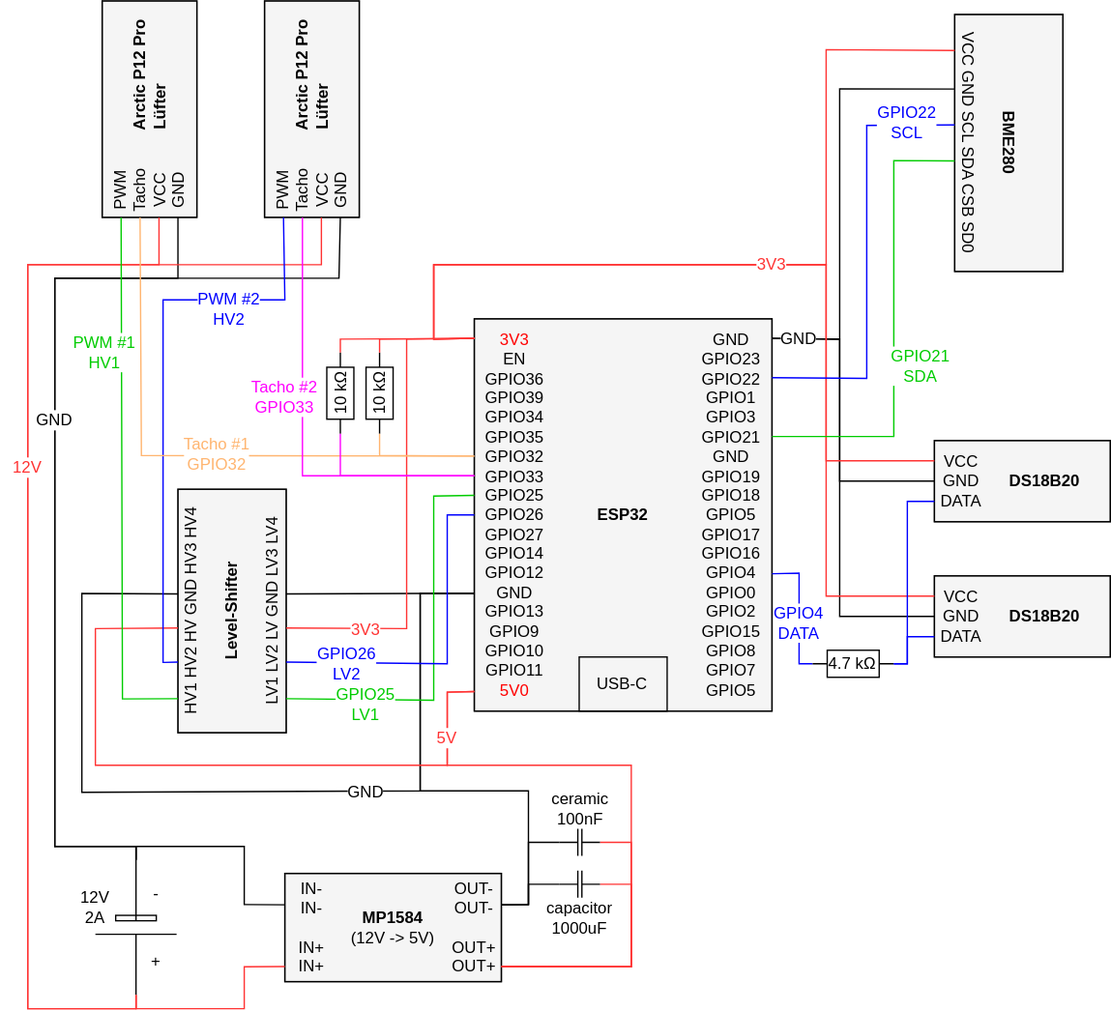
The draw.io diagram hardware/rack_esp32_schaltplan.drawio.svg in dan1elw/ha-rack-monitor, before a commit. Source tidied: cells renumbered, new cells last; positions are measured from the earlier drawing's top-left corner, leaving out a move shared by most shapes.
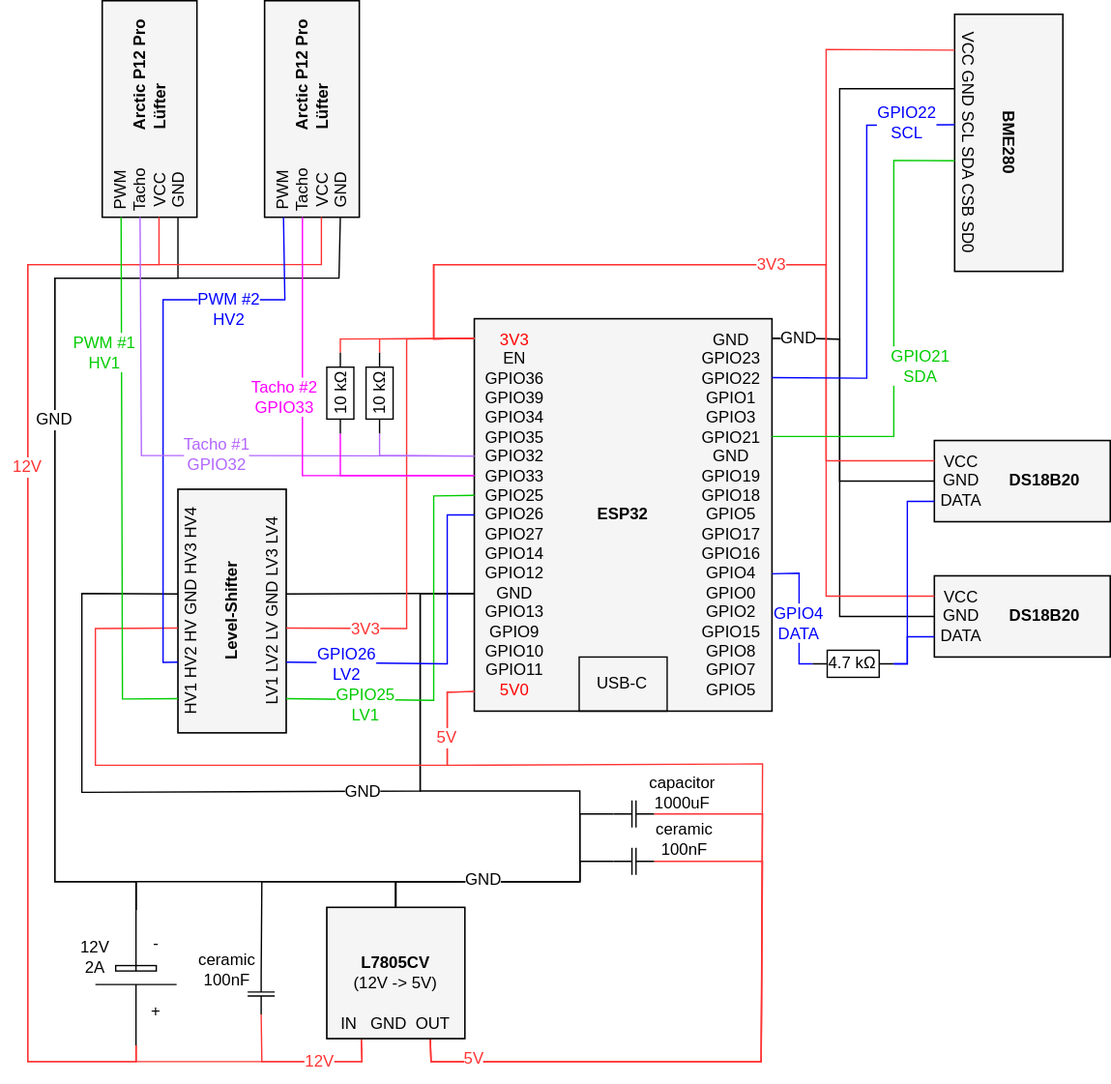
Above is the later version.

Commit message:
l7805cv-linear-power-converter

What changed in the source:
```diff
@@ -2,38 +2,31 @@
   <root>
     <mxCell id="0" />
     <mxCell id="1" parent="0" />
-    <mxCell id="2" style="group;fillColor=#f5f5f5;fontColor=#333333;strokeColor=#666666;" parent="1" vertex="1">
-      <mxGeometry x="210" y="609" width="160" height="80" as="geometry" />
-    </mxCell>
-    <mxCell id="3" value="IN-&lt;div&gt;IN-&lt;/div&gt;&lt;div&gt;&lt;br&gt;&lt;/div&gt;&lt;div&gt;IN+&lt;/div&gt;&lt;div&gt;IN+&lt;/div&gt;" style="text;html=1;whiteSpace=wrap;strokeColor=none;fillColor=none;align=center;verticalAlign=middle;rounded=0;" parent="2" vertex="1">
-      <mxGeometry width="40" height="80" as="geometry" />
-    </mxCell>
-    <mxCell id="4" value="OUT-&lt;div&gt;OUT-&lt;/div&gt;&lt;div&gt;&lt;br&gt;&lt;/div&gt;&lt;div&gt;OUT+&lt;/div&gt;&lt;div&gt;OUT+&lt;/div&gt;" style="text;html=1;whiteSpace=wrap;strokeColor=none;fillColor=none;align=center;verticalAlign=middle;rounded=0;" parent="2" vertex="1">
-      <mxGeometry x="120" width="40" height="80" as="geometry" />
-    </mxCell>
-    <mxCell id="5" value="&lt;b&gt;MP1584&lt;/b&gt;&lt;div&gt;(12V -&amp;gt; 5V)&lt;/div&gt;" style="rounded=0;whiteSpace=wrap;html=1;points=[[0,0.14,0,0,0],[0,0.29,0,0,0],[0,0.43,0,0,0],[0,0.57,0,0,0],[0,0.71,0,0,0],[0,0.86,0,0,0],[1,0.14,0,0,0],[1,0.29,0,0,0],[1,0.43,0,0,0],[1,0.57,0,0,0],[1,0.71,0,0,0],[1,0.86,0,0,0]];fillColor=none;" parent="2" vertex="1">
-      <mxGeometry width="160" height="80" as="geometry" />
-    </mxCell>
+    <mxCell id="102" value="ceramic 100nF" style="text;html=1;whiteSpace=wrap;strokeColor=none;fillColor=none;align=center;verticalAlign=middle;rounded=0;labelBackgroundColor=default;" parent="1" vertex="1">
+      <mxGeometry x="136" y="665" width="63" height="30" as="geometry" />
+    </mxCell>
+    <mxCell id="101" value="ceramic 100nF" style="text;html=1;whiteSpace=wrap;strokeColor=none;fillColor=none;align=center;verticalAlign=middle;rounded=0;labelBackgroundColor=default;" parent="1" vertex="1">
+      <mxGeometry x="474" y="569" width="63" height="30" as="geometry" />
+    </mxCell>
-    <mxCell id="6" style="endArrow=none;html=1;rounded=0;exitX=0;exitY=0.5;exitDx=0;exitDy=0;entryX=0;entryY=0.29;entryDx=0;entryDy=0;entryPerimeter=0;exitPerimeter=0;" parent="1" edge="1" source="9" target="5">
+    <mxCell id="6" style="endArrow=none;html=1;rounded=0;exitX=0;exitY=0.5;exitDx=0;exitDy=0;entryX=0.5;entryY=1;entryDx=0;entryDy=0;entryPerimeter=0;exitPerimeter=0;" parent="1" edge="1" source="9" target="108">
       <mxGeometry relative="1" as="geometry">
         <Array as="points">
-          <mxPoint x="100" y="589" />
-          <mxPoint x="180" y="589" />
-          <mxPoint x="180" y="632" />
+          <mxPoint x="100" y="615" />
+          <mxPoint x="292" y="615" />
         </Array>
       </mxGeometry>
     </mxCell>
-    <mxCell id="7" style="endArrow=none;html=1;rounded=0;exitX=1;exitY=0.5;exitDx=0;exitDy=0;exitPerimeter=0;entryX=0;entryY=0.86;entryDx=0;entryDy=0;entryPerimeter=0;strokeColor=#FF3333;" parent="1" edge="1" source="9" target="5">
+    <mxCell id="7" style="endArrow=none;html=1;rounded=0;exitX=1;exitY=0.5;exitDx=0;exitDy=0;exitPerimeter=0;entryX=0.25;entryY=1;entryDx=0;entryDy=0;entryPerimeter=0;strokeColor=#FF3333;" parent="1" edge="1" source="9" target="108">
       <mxGeometry relative="1" as="geometry">
         <Array as="points">
-          <mxPoint x="100" y="709" />
-          <mxPoint x="180" y="709" />
-          <mxPoint x="180" y="678" />
+          <mxPoint x="100" y="748" />
+          <mxPoint x="193" y="748" />
+          <mxPoint x="267" y="748" />
         </Array>
       </mxGeometry>
     </mxCell>
     <mxCell id="8" style="group;" parent="1" vertex="1">
-      <mxGeometry x="40" y="599" width="90" height="100" as="geometry" />
+      <mxGeometry x="40" y="636" width="90" height="100" as="geometry" />
     </mxCell>
     <mxCell id="9" style="verticalLabelPosition=bottom;shadow=0;dashed=0;align=center;fillColor=strokeColor;html=1;verticalAlign=top;strokeWidth=1;shape=mxgraph.electrical.miscellaneous.monocell_battery;rotation=90;" parent="8" vertex="1">
       <mxGeometry x="10" y="20" width="100" height="60" as="geometry" />
@@ -240,21 +233,23 @@
     <mxCell id="56" value="GPIO4&lt;div&gt;DATA&lt;/div&gt;" style="text;html=1;whiteSpace=wrap;strokeColor=none;fillColor=none;align=center;verticalAlign=middle;rounded=0;fontColor=#0000FF;labelBackgroundColor=default;" parent="1" vertex="1">
       <mxGeometry x="560" y="409" width="60" height="30" as="geometry" />
     </mxCell>
-    <mxCell id="57" style="endArrow=none;html=1;rounded=0;exitX=1;exitY=0.86;exitDx=0;exitDy=0;exitPerimeter=0;entryX=0;entryY=0.95;entryDx=0;entryDy=0;entryPerimeter=0;strokeColor=#FF3333;" parent="1" edge="1" source="5" target="38">
+    <mxCell id="57" style="endArrow=none;html=1;rounded=0;exitX=0.75;exitY=1;exitDx=0;exitDy=0;exitPerimeter=0;entryX=0;entryY=0.95;entryDx=0;entryDy=0;entryPerimeter=0;strokeColor=#FF3333;" parent="1" edge="1" source="108" target="38">
       <mxGeometry relative="1" as="geometry">
         <Array as="points">
-          <mxPoint x="466" y="678" />
-          <mxPoint x="466" y="529" />
+          <mxPoint x="318" y="748" />
+          <mxPoint x="562" y="748" />
+          <mxPoint x="563" y="528" />
           <mxPoint x="330" y="529" />
           <mxPoint x="330" y="475" />
         </Array>
       </mxGeometry>
     </mxCell>
-    <mxCell id="58" style="endArrow=none;html=1;rounded=0;exitX=1;exitY=0.29;exitDx=0;exitDy=0;exitPerimeter=0;entryX=0;entryY=0.7;entryDx=0;entryDy=0;entryPerimeter=0;" parent="1" edge="1" source="5" target="38">
+    <mxCell id="58" style="endArrow=none;html=1;rounded=0;exitX=0.5;exitY=1;exitDx=0;exitDy=0;exitPerimeter=0;entryX=0;entryY=0.7;entryDx=0;entryDy=0;entryPerimeter=0;" parent="1" edge="1" source="108" target="38">
       <mxGeometry relative="1" as="geometry">
         <Array as="points">
-          <mxPoint x="390" y="632" />
-          <mxPoint x="390" y="548" />
+          <mxPoint x="292" y="615" />
+          <mxPoint x="428" y="615" />
+          <mxPoint x="428" y="548" />
           <mxPoint x="310" y="548" />
           <mxPoint x="310" y="402" />
         </Array>
@@ -263,8 +258,8 @@
     <mxCell id="59" style="endArrow=none;html=1;rounded=0;exitX=0;exitY=0.5;exitDx=0;exitDy=0;exitPerimeter=0;entryX=0;entryY=0.8;entryDx=0;entryDy=0;entryPerimeter=0;" parent="1" edge="1" source="9" target="32">
       <mxGeometry relative="1" as="geometry">
         <Array as="points">
-          <mxPoint x="100" y="589" />
-          <mxPoint x="40" y="589" />
+          <mxPoint x="100" y="615" />
+          <mxPoint x="40" y="615" />
           <mxPoint x="40" y="169" />
           <mxPoint x="250" y="169" />
         </Array>
@@ -273,8 +268,8 @@
     <mxCell id="60" style="endArrow=none;html=1;rounded=0;exitX=0;exitY=0.5;exitDx=0;exitDy=0;exitPerimeter=0;entryX=0;entryY=0.8;entryDx=0;entryDy=0;entryPerimeter=0;" parent="1" edge="1" source="9" target="29">
       <mxGeometry relative="1" as="geometry">
         <Array as="points">
-          <mxPoint x="100" y="589" />
-          <mxPoint x="40" y="589" />
+          <mxPoint x="100" y="615" />
+          <mxPoint x="40" y="615" />
           <mxPoint x="40" y="169" />
           <mxPoint x="131" y="169" />
         </Array>
@@ -283,8 +278,8 @@
     <mxCell id="61" style="endArrow=none;html=1;rounded=0;exitX=1;exitY=0.5;exitDx=0;exitDy=0;exitPerimeter=0;entryX=0;entryY=0.6;entryDx=0;entryDy=0;entryPerimeter=0;strokeColor=#FF3333;" parent="1" edge="1" source="9" target="32">
       <mxGeometry relative="1" as="geometry">
         <Array as="points">
-          <mxPoint x="100" y="709" />
-          <mxPoint x="20" y="709" />
+          <mxPoint x="100" y="748" />
+          <mxPoint x="20" y="748" />
           <mxPoint x="20" y="159" />
           <mxPoint x="237" y="159" />
         </Array>
@@ -293,8 +288,8 @@
     <mxCell id="62" style="endArrow=none;html=1;rounded=0;exitX=1;exitY=0.5;exitDx=0;exitDy=0;exitPerimeter=0;entryX=0;entryY=0.6;entryDx=0;entryDy=0;entryPerimeter=0;strokeColor=#FF3333;" parent="1" edge="1" source="9" target="29">
       <mxGeometry relative="1" as="geometry">
         <Array as="points">
-          <mxPoint x="100" y="709" />
-          <mxPoint x="20" y="709" />
+          <mxPoint x="100" y="748" />
+          <mxPoint x="20" y="748" />
           <mxPoint x="20" y="159" />
           <mxPoint x="117" y="159" />
         </Array>
@@ -410,7 +405,7 @@
       <mxGeometry x="3" width="55" height="30" as="geometry" />
     </mxCell>
     <mxCell id="85" value="GND" style="text;html=1;whiteSpace=wrap;strokeColor=none;fillColor=none;align=center;verticalAlign=middle;rounded=0;labelBackgroundColor=default;" parent="1" vertex="1">
-      <mxGeometry x="240" y="534" width="60" height="30" as="geometry" />
+      <mxGeometry x="238" y="534" width="60" height="30" as="geometry" />
     </mxCell>
     <mxCell id="86" style="endArrow=none;html=1;rounded=0;exitX=1;exitY=0.5;exitDx=0;exitDy=0;exitPerimeter=0;entryX=0;entryY=0.05;entryDx=0;entryDy=0;entryPerimeter=0;fontColor=#FF3333;strokeColor=#FF3333;" parent="1" edge="1" source="83" target="38">
       <mxGeometry relative="1" as="geometry">
@@ -426,21 +421,21 @@
         </Array>
       </mxGeometry>
     </mxCell>
-    <mxCell id="88" style="endArrow=none;html=1;rounded=0;entryX=0;entryY=0.4;entryDx=0;entryDy=0;entryPerimeter=0;exitX=0;exitY=0.35;exitDx=0;exitDy=0;exitPerimeter=0;strokeColor=#FFB570;" parent="1" edge="1" source="38" target="29">
+    <mxCell id="88" style="endArrow=none;html=1;rounded=0;entryX=0;entryY=0.4;entryDx=0;entryDy=0;entryPerimeter=0;exitX=0;exitY=0.35;exitDx=0;exitDy=0;exitPerimeter=0;strokeColor=#B266FF;" parent="1" edge="1" source="38" target="29">
       <mxGeometry relative="1" as="geometry">
         <Array as="points">
           <mxPoint x="104" y="300" />
         </Array>
       </mxGeometry>
     </mxCell>
-    <mxCell id="89" value=" " style="endArrow=none;html=1;rounded=0;entryX=0;entryY=0.5;entryDx=0;entryDy=0;entryPerimeter=0;exitX=0;exitY=0.35;exitDx=0;exitDy=0;exitPerimeter=0;strokeColor=#FFB570;" parent="1" edge="1" source="38" target="83">
+    <mxCell id="89" value=" " style="endArrow=none;html=1;rounded=0;entryX=0;entryY=0.5;entryDx=0;entryDy=0;entryPerimeter=0;exitX=0;exitY=0.35;exitDx=0;exitDy=0;exitPerimeter=0;strokeColor=#B266FF;fontColor=#B266FF;" parent="1" edge="1" source="38" target="83">
       <mxGeometry relative="1" as="geometry">
         <Array as="points">
           <mxPoint x="280" y="300" />
         </Array>
       </mxGeometry>
     </mxCell>
-    <mxCell id="90" value="Tacho #1&lt;div&gt;GPIO32&lt;/div&gt;" style="text;html=1;whiteSpace=wrap;strokeColor=none;fillColor=none;align=center;verticalAlign=middle;rounded=0;fontColor=#FFB570;labelBackgroundColor=default;" parent="1" vertex="1">
+    <mxCell id="90" value="Tacho #1&lt;div&gt;GPIO32&lt;/div&gt;" style="text;html=1;whiteSpace=wrap;strokeColor=none;fillColor=none;align=center;verticalAlign=middle;rounded=0;fontColor=#B266FF;labelBackgroundColor=default;" parent="1" vertex="1">
       <mxGeometry x="130" y="284" width="60" height="30" as="geometry" />
     </mxCell>
     <mxCell id="91" style="endArrow=none;html=1;rounded=0;entryX=0;entryY=0.4;entryDx=0;entryDy=0;entryPerimeter=0;exitX=0;exitY=0.4;exitDx=0;exitDy=0;exitPerimeter=0;strokeColor=#FF00FF;" parent="1" edge="1" source="38" target="32">
@@ -461,48 +456,89 @@
       <mxGeometry x="180" y="242" width="60" height="30" as="geometry" />
     </mxCell>
     <mxCell id="94" style="verticalLabelPosition=bottom;shadow=0;dashed=0;align=center;html=1;verticalAlign=top;shape=mxgraph.electrical.capacitors.capacitor_1;rotation=0;" parent="1" vertex="1">
-      <mxGeometry x="413" y="607" width="30" height="20" as="geometry" />
+      <mxGeometry x="453" y="590" width="30" height="20" as="geometry" />
     </mxCell>
-    <mxCell id="95" style="endArrow=none;html=1;rounded=0;exitX=1;exitY=0.86;exitDx=0;exitDy=0;exitPerimeter=0;entryX=1;entryY=0.5;entryDx=0;entryDy=0;entryPerimeter=0;strokeColor=#FF3333;" parent="1" edge="1" source="5" target="94">
+    <mxCell id="95" style="endArrow=none;html=1;rounded=0;exitX=0.75;exitY=1;exitDx=0;exitDy=0;exitPerimeter=0;entryX=1;entryY=0.5;entryDx=0;entryDy=0;entryPerimeter=0;strokeColor=#FF3333;" parent="1" edge="1" source="108" target="94">
       <mxGeometry relative="1" as="geometry">
         <Array as="points">
-          <mxPoint x="466" y="678" />
-          <mxPoint x="466" y="617" />
+          <mxPoint x="318" y="748" />
+          <mxPoint x="562" y="748" />
+          <mxPoint x="563" y="600" />
         </Array>
       </mxGeometry>
     </mxCell>
-    <mxCell id="96" style="endArrow=none;html=1;rounded=0;exitX=1;exitY=0.29;exitDx=0;exitDy=0;exitPerimeter=0;entryX=0;entryY=0.5;entryDx=0;entryDy=0;entryPerimeter=0;" parent="1" edge="1" source="5" target="94">
+    <mxCell id="96" style="endArrow=none;html=1;rounded=0;entryX=0;entryY=0.5;entryDx=0;entryDy=0;entryPerimeter=0;exitX=0.5;exitY=1;exitDx=0;exitDy=0;exitPerimeter=0;" parent="1" edge="1" source="108" target="94">
       <mxGeometry relative="1" as="geometry">
         <Array as="points">
-          <mxPoint x="390" y="632" />
-          <mxPoint x="390" y="617" />
+          <mxPoint x="292" y="615" />
+          <mxPoint x="428" y="615" />
+          <mxPoint x="428" y="600" />
         </Array>
       </mxGeometry>
     </mxCell>
     <mxCell id="97" value="capacitor&lt;br&gt;1000uF" style="text;html=1;whiteSpace=wrap;strokeColor=none;fillColor=none;align=center;verticalAlign=middle;rounded=0;labelBackgroundColor=default;" parent="1" vertex="1">
-      <mxGeometry x="398" y="627" width="60" height="30" as="geometry" />
+      <mxGeometry x="474" y="534" width="60" height="30" as="geometry" />
     </mxCell>
     <mxCell id="98" style="verticalLabelPosition=bottom;shadow=0;dashed=0;align=center;html=1;verticalAlign=top;shape=mxgraph.electrical.capacitors.capacitor_1;rotation=0;" parent="1" vertex="1">
-      <mxGeometry x="413" y="576" width="30" height="20" as="geometry" />
+      <mxGeometry x="453" y="555" width="30" height="20" as="geometry" />
     </mxCell>
-    <mxCell id="99" style="endArrow=none;html=1;rounded=0;exitX=1;exitY=0.29;exitDx=0;exitDy=0;exitPerimeter=0;entryX=0;entryY=0.5;entryDx=0;entryDy=0;entryPerimeter=0;" parent="1" edge="1" source="5" target="98">
+    <mxCell id="99" style="endArrow=none;html=1;rounded=0;exitX=0.5;exitY=1;exitDx=0;exitDy=0;exitPerimeter=0;entryX=0;entryY=0.5;entryDx=0;entryDy=0;entryPerimeter=0;" parent="1" edge="1" source="108" target="98">
       <mxGeometry relative="1" as="geometry">
         <Array as="points">
-          <mxPoint x="390" y="632" />
-          <mxPoint x="390" y="586" />
+          <mxPoint x="292" y="615" />
+          <mxPoint x="428" y="615" />
+          <mxPoint x="428" y="565" />
         </Array>
       </mxGeometry>
     </mxCell>
-    <mxCell id="100" style="endArrow=none;html=1;rounded=0;exitX=1;exitY=0.86;exitDx=0;exitDy=0;exitPerimeter=0;entryX=1;entryY=0.5;entryDx=0;entryDy=0;entryPerimeter=0;strokeColor=#FF3333;" parent="1" edge="1" source="5" target="98">
+    <mxCell id="100" style="endArrow=none;html=1;rounded=0;entryX=1;entryY=0.5;entryDx=0;entryDy=0;entryPerimeter=0;strokeColor=#FF3333;exitX=0.75;exitY=1;exitDx=0;exitDy=0;exitPerimeter=0;" parent="1" edge="1" source="108" target="98">
       <mxGeometry relative="1" as="geometry">
         <Array as="points">
-          <mxPoint x="466" y="678" />
-          <mxPoint x="466" y="586" />
+          <mxPoint x="318" y="748" />
+          <mxPoint x="562" y="748" />
+          <mxPoint x="563" y="565" />
         </Array>
       </mxGeometry>
     </mxCell>
-    <mxCell id="101" value="ceramic 100nF" style="text;html=1;whiteSpace=wrap;strokeColor=none;fillColor=none;align=center;verticalAlign=middle;rounded=0;labelBackgroundColor=default;" parent="1" vertex="1">
-      <mxGeometry x="396.5" y="546" width="63" height="30" as="geometry" />
-    </mxCell>
+    <mxCell id="103" style="verticalLabelPosition=bottom;shadow=0;dashed=0;align=center;html=1;verticalAlign=top;shape=mxgraph.electrical.capacitors.capacitor_1;rotation=-90;" parent="1" vertex="1">
+      <mxGeometry x="177.5" y="688" width="30" height="20" as="geometry" />
+    </mxCell>
+    <mxCell id="104" style="endArrow=none;html=1;rounded=0;exitX=0;exitY=0.5;exitDx=0;exitDy=0;exitPerimeter=0;entryX=0.25;entryY=1;entryDx=0;entryDy=0;entryPerimeter=0;strokeColor=#FF3333;" parent="1" edge="1" source="103" target="108">
+      <mxGeometry relative="1" as="geometry">
+        <Array as="points">
+          <mxPoint x="193" y="748" />
+          <mxPoint x="267" y="748" />
+        </Array>
+      </mxGeometry>
+    </mxCell>
+    <mxCell id="105" style="endArrow=none;html=1;rounded=0;exitX=1;exitY=0.5;exitDx=0;exitDy=0;entryX=0.5;entryY=1;entryDx=0;entryDy=0;entryPerimeter=0;exitPerimeter=0;" parent="1" edge="1" source="103" target="108">
+      <mxGeometry relative="1" as="geometry">
+        <Array as="points">
+          <mxPoint x="193" y="615" />
+          <mxPoint x="292" y="615" />
+        </Array>
+      </mxGeometry>
+    </mxCell>
+    <mxCell id="106" style="group;fillColor=#f5f5f5;fontColor=#333333;strokeColor=#666666;" parent="1" vertex="1">
+      <mxGeometry x="241" y="634" width="102" height="97" as="geometry" />
+    </mxCell>
+    <mxCell id="107" value="IN&amp;nbsp; &amp;nbsp;GND&amp;nbsp; OUT" style="text;html=1;whiteSpace=wrap;strokeColor=none;fillColor=none;align=center;verticalAlign=middle;rounded=0;" parent="106" vertex="1">
+      <mxGeometry y="74" width="102" height="23" as="geometry" />
+    </mxCell>
+    <mxCell id="108" value="&lt;b&gt;L7805CV&lt;/b&gt;&lt;div&gt;(12V -&amp;gt; 5V)&lt;/div&gt;" style="rounded=0;whiteSpace=wrap;html=1;points=[[0.25,1,0,0,0],[0.5,1,0,0,0],[0.75,1,0,0,0]];fillColor=none;" parent="106" vertex="1">
+      <mxGeometry width="102" height="97" as="geometry" />
+    </mxCell>
+    <mxCell id="109" value="GND" style="text;html=1;whiteSpace=wrap;strokeColor=none;fillColor=none;align=center;verticalAlign=middle;rounded=0;labelBackgroundColor=default;" parent="1" vertex="1">
+      <mxGeometry x="327" y="599" width="60" height="30" as="geometry" />
+    </mxCell>
+    <mxCell id="110" value="5V" style="text;html=1;whiteSpace=wrap;strokeColor=none;fillColor=none;align=center;verticalAlign=middle;rounded=0;fontColor=#FF3333;labelBackgroundColor=default;" parent="1" vertex="1">
+      <mxGeometry x="330" y="736" width="40" height="20" as="geometry" />
+    </mxCell>
+    <mxCell id="111" value="12V" style="text;html=1;whiteSpace=wrap;strokeColor=none;fillColor=none;align=center;verticalAlign=middle;rounded=0;fontColor=#FF3333;labelBackgroundColor=default;" parent="1" vertex="1">
+      <mxGeometry x="216" y="738" width="40" height="20" as="geometry" />
+    </mxCell>
+    <mxCell id="112" style="edgeStyle=orthogonalEdgeStyle;rounded=0;orthogonalLoop=1;jettySize=auto;html=1;exitX=0.5;exitY=1;exitDx=0;exitDy=0;" parent="1" edge="1" source="110" target="110">
+      <mxGeometry relative="1" as="geometry" />
+    </mxCell>
   </root>
 </mxGraphModel>
```
